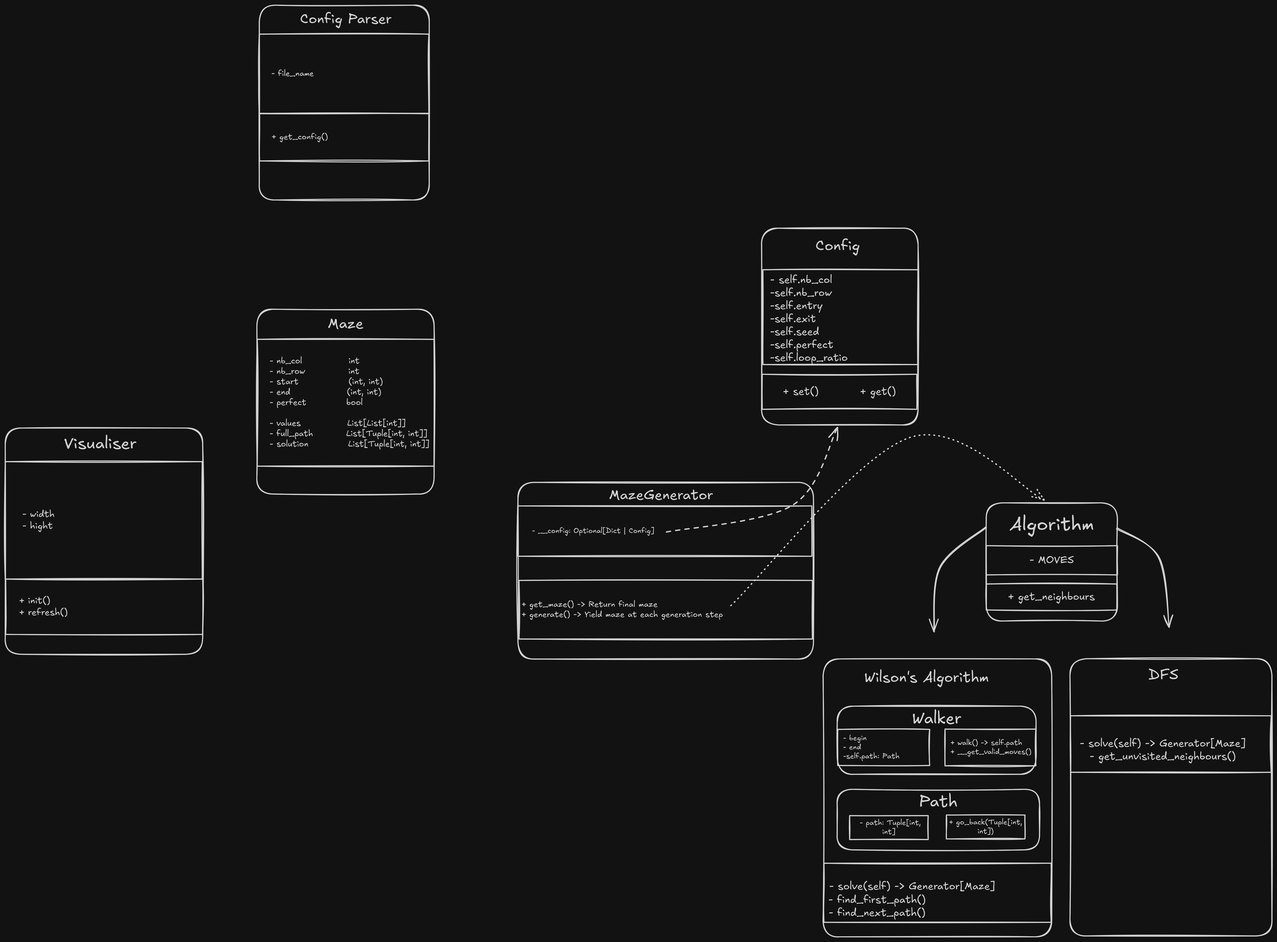
Before: images/AddedGenerator.png, a diagram exported from Excalidraw (flinguenheld/42_amazing). Source tidied: one line per element, renumbered; positions are measured from the earlier drawing's top-left corner, leaving out a move shared by most shapes. The source it was exported from:
```json
{"id": 0, "type": "rectangle", "strokeColor": "#1e1e1e", "strokeWidth": 2, "roughness": 1, "round": true, "x": 485, "y": 585, "width": 341, "height": 356}
{"id": 1, "type": "text", "text": "Maze", "strokeColor": "#1e1e1e", "strokeWidth": 2, "roughness": 1, "fontSize": 28, "fontFamily": 5, "x": 621, "y": 597, "width": 69, "height": 35}
{"id": 2, "type": "rectangle", "strokeColor": "#1e1e1e", "strokeWidth": 2, "roughness": 1, "x": 485, "y": 643, "width": 340, "height": 244}
{"id": 3, "type": "text", "text": "   - nb_col              int\n   - nb_row             int\n   - start               (int, int)\n   - end                 (int, int)\n   - perfect            bool\n\n   - values              List[List[int]]\n   - full_path          List[Tuple[int, int]]\n   - solution            List[Tuple[int, int]]", "strokeColor": "#1e1e1e", "strokeWidth": 2, "roughness": 1, "fontSize": 16, "fontFamily": 5, "verticalAlign": "middle", "inside": 2, "x": 490, "y": 675, "width": 327, "height": 180}
{"id": 4, "type": "rectangle", "strokeColor": "#1e1e1e", "strokeWidth": 2, "roughness": 1, "round": true, "x": 489, "y": 0, "width": 327, "height": 375}
{"id": 5, "type": "text", "text": "Config Parser", "strokeColor": "#1e1e1e", "strokeWidth": 2, "roughness": 1, "fontSize": 26.85, "fontFamily": 5, "x": 568, "y": 11, "width": 178, "height": 34}
{"id": 6, "type": "rectangle", "strokeColor": "#1e1e1e", "strokeWidth": 2, "roughness": 1, "x": 489, "y": 56, "width": 326, "height": 153}
{"id": 7, "type": "text", "text": "   - file_name", "strokeColor": "#1e1e1e", "strokeWidth": 2, "roughness": 1, "fontSize": 15.34, "fontFamily": 5, "verticalAlign": "middle", "inside": 6, "x": 494, "y": 123, "width": 100, "height": 19}
{"id": 8, "type": "rectangle", "strokeColor": "#1e1e1e", "strokeWidth": 2, "roughness": 1, "x": 490, "y": 208, "width": 326, "height": 92}
{"id": 9, "type": "text", "text": "   + get_config()", "strokeColor": "#1e1e1e", "strokeWidth": 2, "roughness": 1, "fontSize": 15.34, "fontFamily": 5, "verticalAlign": "middle", "inside": 8, "x": 495, "y": 244, "width": 127, "height": 19}
{"id": 10, "type": "rectangle", "strokeColor": "#1e1e1e", "strokeWidth": 2, "roughness": 1, "round": true, "x": 987, "y": 919, "width": 569, "height": 340}
{"id": 11, "type": "text", "text": "MazeGenerator", "strokeColor": "#1e1e1e", "strokeWidth": 2, "roughness": 1, "fontSize": 27.25, "fontFamily": 5, "textAlign": "center", "x": 1162, "y": 927, "width": 201, "height": 34}
{"id": 12, "type": "rectangle", "strokeColor": "#1e1e1e", "strokeWidth": 2, "roughness": 1, "x": 987, "y": 964, "width": 566, "height": 97}
{"id": 13, "type": "text", "text": "    - __config: Optional[Dict | Config]", "strokeColor": "#1e1e1e", "strokeWidth": 2, "roughness": 1, "fontSize": 13.94, "fontFamily": 5, "verticalAlign": "middle", "inside": 12, "x": 992, "y": 1004, "width": 258, "height": 17}
{"id": 14, "type": "rectangle", "strokeColor": "#1e1e1e", "strokeWidth": 2, "roughness": 1, "x": 989, "y": 1107, "width": 565, "height": 113}
{"id": 15, "type": "text", "text": "+ get_maze() -> Return final maze\n+ generate() -> Yield maze at each generation step", "strokeColor": "#1e1e1e", "strokeWidth": 2, "roughness": 1, "fontSize": 15.57, "fontFamily": 5, "verticalAlign": "middle", "inside": 14, "x": 994, "y": 1144, "width": 388, "height": 39}
{"id": 16, "type": "rectangle", "strokeColor": "#1e1e1e", "strokeWidth": 2, "roughness": 1, "round": true, "x": 0, "y": 814, "width": 380, "height": 436}
{"id": 17, "type": "text", "text": "Visualiser", "strokeColor": "#1e1e1e", "strokeWidth": 2, "roughness": 1, "fontSize": 31.2, "fontFamily": 5, "x": 113, "y": 825, "width": 140, "height": 39}
{"id": 18, "type": "rectangle", "strokeColor": "#1e1e1e", "strokeWidth": 2, "roughness": 1, "x": 0, "y": 879, "width": 379, "height": 226}
{"id": 19, "type": "text", "text": "    - width\n    - hight", "strokeColor": "#1e1e1e", "strokeWidth": 2, "roughness": 1, "fontSize": 17.83, "fontFamily": 5, "verticalAlign": "middle", "inside": 18, "x": 5, "y": 969, "width": 90, "height": 45}
{"id": 20, "type": "rectangle", "strokeColor": "#1e1e1e", "strokeWidth": 2, "roughness": 1, "x": 1, "y": 1105, "width": 379, "height": 106}
{"id": 21, "type": "text", "text": "   + init()\n   + refresh()", "strokeColor": "#1e1e1e", "strokeWidth": 2, "roughness": 1, "fontSize": 17.83, "fontFamily": 5, "verticalAlign": "middle", "inside": 20, "x": 6, "y": 1136, "width": 115, "height": 45}
{"id": 22, "type": "rectangle", "strokeColor": "#1e1e1e", "strokeWidth": 2, "roughness": 1, "round": true, "x": 1602, "y": 1350, "width": 383, "height": 131}
{"id": 23, "type": "text", "text": "Walker", "strokeColor": "#1e1e1e", "strokeWidth": 2, "roughness": 1, "fontSize": 31.59, "fontFamily": 5, "textAlign": "center", "inside": 22, "x": 1746, "y": 1355, "width": 95, "height": 39}
{"id": 24, "type": "rectangle", "strokeColor": "#1e1e1e", "strokeWidth": 2, "roughness": 1, "x": 1603, "y": 1394, "width": 177, "height": 69}
{"id": 25, "type": "text", "text": " - begin\n - end\n -self.path: Path", "strokeColor": "#1e1e1e", "strokeWidth": 2, "roughness": 1, "fontSize": 14.04, "fontFamily": 5, "verticalAlign": "middle", "inside": 24, "x": 1608, "y": 1403, "width": 114, "height": 53}
{"id": 26, "type": "rectangle", "strokeColor": "#1e1e1e", "strokeWidth": 2, "roughness": 1, "x": 1809, "y": 1394, "width": 175, "height": 71}
{"id": 27, "type": "text", "text": " + walk() -> self.path\n + __get_valid_moves()", "strokeColor": "#1e1e1e", "strokeWidth": 2, "roughness": 1, "fontSize": 14.04, "fontFamily": 5, "verticalAlign": "middle", "inside": 26, "x": 1814, "y": 1411, "width": 161, "height": 35}
{"id": 28, "type": "rectangle", "strokeColor": "#1e1e1e", "strokeWidth": 2, "strokeStyle": "dotted", "roughness": 1, "opacity": 0, "x": 1715, "y": 1213, "width": 143, "height": 15}
{"id": 29, "type": "rectangle", "strokeColor": "#1e1e1e", "strokeWidth": 2, "roughness": 1, "round": true, "x": 1602, "y": 1510, "width": 390, "height": 117}
{"id": 30, "type": "text", "text": "Path", "strokeColor": "#1e1e1e", "strokeWidth": 2, "roughness": 1, "fontSize": 31.59, "fontFamily": 5, "textAlign": "center", "inside": 29, "x": 1759, "y": 1515, "width": 74, "height": 39}
{"id": 31, "type": "rectangle", "strokeColor": "#1e1e1e", "strokeWidth": 2, "roughness": 1, "x": 1626, "y": 1560, "width": 151, "height": 46}
{"id": 32, "type": "text", "text": " - path: Tuple[int,\nint]", "strokeColor": "#1e1e1e", "strokeWidth": 2, "roughness": 1, "fontSize": 14.04, "fontFamily": 5, "textAlign": "center", "verticalAlign": "middle", "inside": 31, "x": 1640, "y": 1566, "width": 123, "height": 35}
{"id": 33, "type": "rectangle", "strokeColor": "#1e1e1e", "strokeWidth": 2, "roughness": 1, "x": 1812, "y": 1559, "width": 151, "height": 46}
{"id": 34, "type": "text", "text": "+ go_back(Tuple[int,\nint])", "strokeColor": "#1e1e1e", "strokeWidth": 2, "roughness": 1, "fontSize": 14.04, "fontFamily": 5, "textAlign": "center", "verticalAlign": "middle", "inside": 33, "x": 1817, "y": 1565, "width": 141, "height": 35}
{"id": 35, "type": "rectangle", "strokeColor": "#1e1e1e", "strokeWidth": 2, "roughness": 1, "round": true, "x": 1575, "y": 1259, "width": 440, "height": 535}
{"id": 36, "type": "text", "text": "Wilson's Algorithm", "strokeColor": "#1e1e1e", "strokeWidth": 2, "roughness": 1, "fontSize": 28, "fontFamily": 5, "textAlign": "center", "x": 1654, "y": 1278, "width": 240, "height": 35}
{"id": 37, "type": "rectangle", "strokeColor": "#1e1e1e", "strokeWidth": 2, "roughness": 1, "x": 1576, "y": 1652, "width": 438, "height": 114}
{"id": 38, "type": "text", "text": "- solve(self) -> Generator[Maze]", "strokeColor": "#1e1e1e", "strokeWidth": 2, "roughness": 1, "fontSize": 20, "fontFamily": 5, "textAlign": "center", "x": 1587, "y": 1684, "width": 319, "height": 25}
{"id": 39, "type": "rectangle", "strokeColor": "#1e1e1e", "strokeWidth": 2, "roughness": 1, "round": true, "x": 2050, "y": 1258, "width": 389, "height": 534}
{"id": 40, "type": "text", "text": "DFS", "strokeColor": "#1e1e1e", "strokeWidth": 2, "roughness": 1, "fontSize": 28, "fontFamily": 5, "textAlign": "center", "x": 2201, "y": 1273, "width": 58, "height": 35}
{"id": 41, "type": "rectangle", "strokeColor": "#1e1e1e", "strokeWidth": 2, "roughness": 1, "x": 2051, "y": 1368, "width": 386, "height": 109}
{"id": 42, "type": "text", "text": "- solve(self) -> Generator[Maze]\n- get_unvisited_neighbours()", "strokeColor": "#1e1e1e", "strokeWidth": 2, "roughness": 1, "fontSize": 20, "fontFamily": 5, "textAlign": "center", "x": 2069, "y": 1409, "width": 319, "height": 50}
{"id": 43, "type": "text", "text": "\n- find_first_path()\n- find_next_path()", "strokeColor": "#1e1e1e", "strokeWidth": 2, "roughness": 1, "fontSize": 20, "fontFamily": 5, "textAlign": "center", "x": 1585, "y": 1686, "width": 187, "height": 75}
{"id": 44, "type": "text", "text": "Algorithm", "strokeColor": "#1e1e1e", "strokeWidth": 2, "roughness": 1, "fontSize": 36, "fontFamily": 5, "textAlign": "center", "x": 1934, "y": 978, "width": 163, "height": 45}
{"id": 45, "type": "rectangle", "strokeColor": "#1e1e1e", "strokeWidth": 2, "roughness": 1, "round": true, "x": 1889, "y": 958, "width": 252, "height": 228}
{"id": 46, "type": "rectangle", "strokeColor": "#1e1e1e", "strokeWidth": 2, "roughness": 1, "x": 1889, "y": 1041, "width": 252, "height": 56}
{"id": 47, "type": "text", "text": "- MOVES", "strokeColor": "#1e1e1e", "strokeWidth": 2, "roughness": 1, "fontSize": 20, "fontFamily": 5, "textAlign": "center", "verticalAlign": "middle", "inside": 46, "x": 1972, "y": 1056, "width": 85, "height": 25}
{"id": 48, "type": "rectangle", "strokeColor": "#1e1e1e", "strokeWidth": 2, "roughness": 1, "x": 1889, "y": 1114, "width": 251, "height": 50}
{"id": 49, "type": "text", "text": "+ get_neighbours", "strokeColor": "#1e1e1e", "strokeWidth": 2, "roughness": 1, "fontSize": 20, "fontFamily": 5, "textAlign": "center", "verticalAlign": "middle", "inside": 48, "x": 1931, "y": 1127, "width": 167, "height": 25}
{"id": 50, "type": "arrow", "strokeColor": "#1e1e1e", "strokeWidth": 2, "roughness": 1, "endArrowhead": "arrow", "round": true, "from": 45, "to": 28, "x": 1889, "y": 1006, "width": 100, "height": 201, "points": [[0, 0], [-89, 78], [-100, 201]]}
{"id": 51, "type": "arrow", "strokeColor": "#1e1e1e", "strokeWidth": 2, "roughness": 1, "endArrowhead": "arrow", "round": true, "from": 45, "x": 2140, "y": 1007, "width": 100, "height": 191, "points": [[0, 0], [80, 56], [100, 191]]}
{"id": 52, "type": "arrow", "strokeColor": "#1e1e1e", "strokeWidth": 2, "strokeStyle": "dotted", "roughness": 1, "endArrowhead": "arrow", "round": true, "from": 14, "to": 45, "x": 1396, "y": 1157, "width": 606, "height": 324, "points": [[0, 0], [345, -324], [606, -205]]}
{"id": 53, "type": "rectangle", "strokeColor": "#1e1e1e", "strokeWidth": 2, "roughness": 1, "round": true, "x": 1456, "y": 429, "width": 301, "height": 379}
{"id": 54, "type": "rectangle", "strokeColor": "#1e1e1e", "strokeWidth": 2, "roughness": 1, "x": 1459, "y": 509, "width": 299, "height": 182}
{"id": 55, "type": "text", "text": "- self.nb_col\n-self.nb_row\n-self.entry\n-self.exit\n-self.seed\n-self.perfect\n-self.loop_ratio", "strokeColor": "#1e1e1e", "strokeWidth": 2, "roughness": 1, "fontSize": 20, "fontFamily": 5, "x": 1473, "y": 517, "width": 149, "height": 175}
{"id": 56, "type": "text", "text": "Config", "strokeColor": "#1e1e1e", "strokeWidth": 2, "roughness": 1, "fontSize": 28, "fontFamily": 5, "x": 1560, "y": 447, "width": 85, "height": 35}
{"id": 57, "type": "rectangle", "strokeColor": "#1e1e1e", "strokeWidth": 2, "roughness": 1, "x": 1458, "y": 711, "width": 298, "height": 68}
{"id": 58, "type": "text", "text": "+ set()          + get()", "strokeColor": "#1e1e1e", "strokeWidth": 2, "roughness": 1, "fontSize": 20, "fontFamily": 5, "textAlign": "center", "verticalAlign": "middle", "inside": 57, "x": 1498, "y": 732, "width": 217, "height": 25}
{"id": 59, "type": "arrow", "strokeColor": "#1e1e1e", "strokeWidth": 2, "strokeStyle": "dashed", "roughness": 1, "endArrowhead": "arrow", "round": true, "from": 12, "to": 53, "x": 1274, "y": 1013, "width": 330, "height": 199, "points": [[0, 0], [242, -50], [330, -199]]}
```
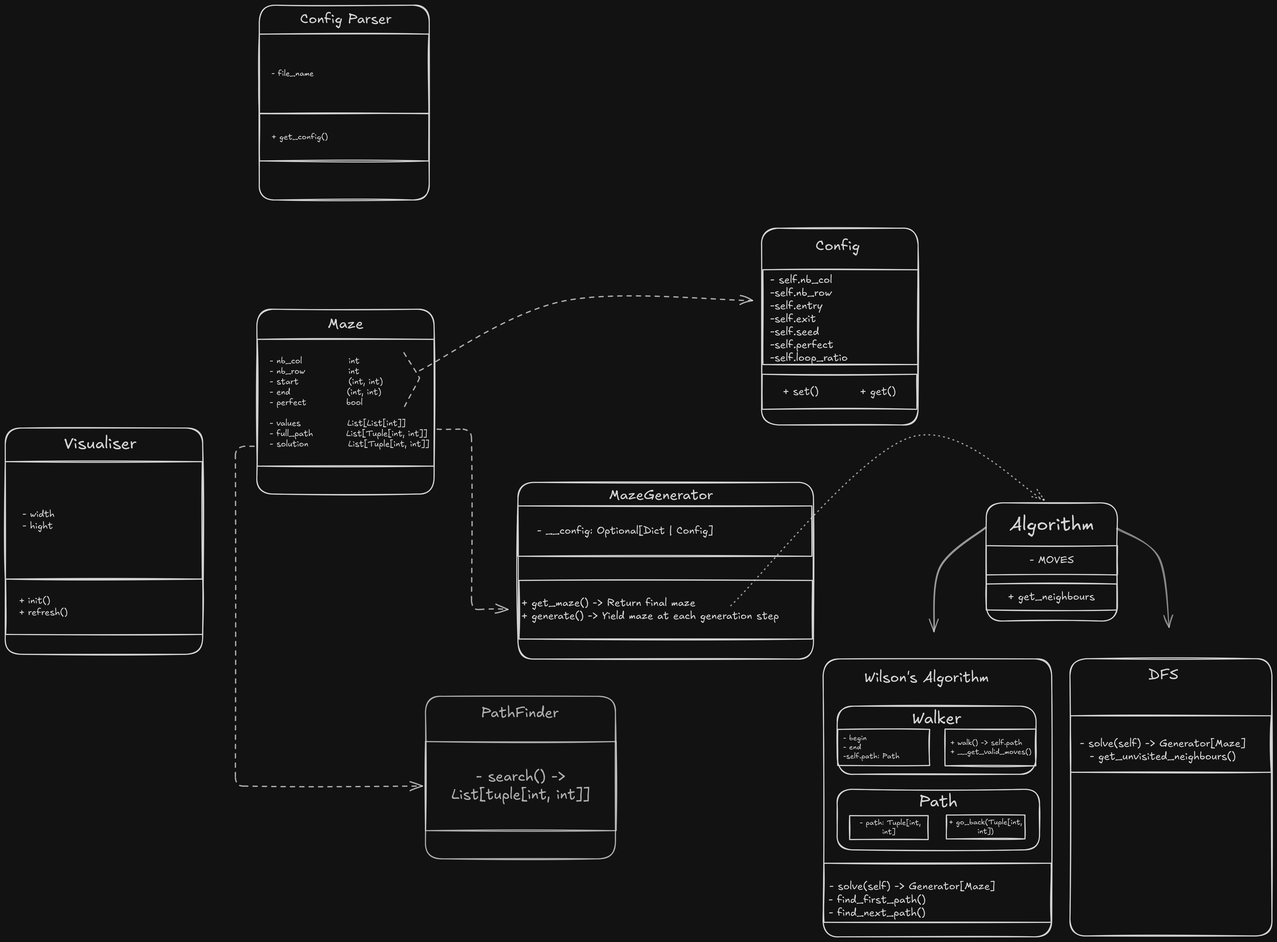
Above is the later version.

Commit message:
Forgot PathFinder

The edit, as a diff of the source:
```diff
@@ -11,9 +11,9 @@
 {"id": 10, "type": "rectangle", "strokeColor": "#1e1e1e", "strokeWidth": 2, "roughness": 1, "round": true, "x": 987, "y": 919, "width": 569, "height": 340}
 {"id": 11, "type": "text", "text": "MazeGenerator", "strokeColor": "#1e1e1e", "strokeWidth": 2, "roughness": 1, "fontSize": 27.25, "fontFamily": 5, "textAlign": "center", "x": 1162, "y": 927, "width": 201, "height": 34}
 {"id": 12, "type": "rectangle", "strokeColor": "#1e1e1e", "strokeWidth": 2, "roughness": 1, "x": 987, "y": 964, "width": 566, "height": 97}
-{"id": 13, "type": "text", "text": "    - __config: Optional[Dict | Config]", "strokeColor": "#1e1e1e", "strokeWidth": 2, "roughness": 1, "fontSize": 13.94, "fontFamily": 5, "verticalAlign": "middle", "inside": 12, "x": 992, "y": 1004, "width": 258, "height": 17}
+{"id": 13, "type": "text", "text": "    - __config: Optional[Dict | Config]", "strokeColor": "#1e1e1e", "strokeWidth": 2, "roughness": 1, "fontSize": 20, "fontFamily": 5, "verticalAlign": "middle", "inside": 12, "x": 992, "y": 1000, "width": 371, "height": 25}
 {"id": 14, "type": "rectangle", "strokeColor": "#1e1e1e", "strokeWidth": 2, "roughness": 1, "x": 989, "y": 1107, "width": 565, "height": 113}
-{"id": 15, "type": "text", "text": "+ get_maze() -> Return final maze\n+ generate() -> Yield maze at each generation step", "strokeColor": "#1e1e1e", "strokeWidth": 2, "roughness": 1, "fontSize": 15.57, "fontFamily": 5, "verticalAlign": "middle", "inside": 14, "x": 994, "y": 1144, "width": 388, "height": 39}
+{"id": 15, "type": "text", "text": "+ get_maze() -> Return final maze\n+ generate() -> Yield maze at each generation step", "strokeColor": "#1e1e1e", "strokeWidth": 2, "roughness": 1, "fontSize": 20, "fontFamily": 5, "verticalAlign": "middle", "inside": 14, "x": 994, "y": 1139, "width": 496, "height": 50}
 {"id": 16, "type": "rectangle", "strokeColor": "#1e1e1e", "strokeWidth": 2, "roughness": 1, "round": true, "x": 0, "y": 814, "width": 380, "height": 436}
 {"id": 17, "type": "text", "text": "Visualiser", "strokeColor": "#1e1e1e", "strokeWidth": 2, "roughness": 1, "fontSize": 31.2, "fontFamily": 5, "x": 113, "y": 825, "width": 140, "height": 39}
 {"id": 18, "type": "rectangle", "strokeColor": "#1e1e1e", "strokeWidth": 2, "roughness": 1, "x": 0, "y": 879, "width": 379, "height": 226}
@@ -48,13 +48,20 @@
 {"id": 47, "type": "text", "text": "- MOVES", "strokeColor": "#1e1e1e", "strokeWidth": 2, "roughness": 1, "fontSize": 20, "fontFamily": 5, "textAlign": "center", "verticalAlign": "middle", "inside": 46, "x": 1972, "y": 1056, "width": 85, "height": 25}
 {"id": 48, "type": "rectangle", "strokeColor": "#1e1e1e", "strokeWidth": 2, "roughness": 1, "x": 1889, "y": 1114, "width": 251, "height": 50}
 {"id": 49, "type": "text", "text": "+ get_neighbours", "strokeColor": "#1e1e1e", "strokeWidth": 2, "roughness": 1, "fontSize": 20, "fontFamily": 5, "textAlign": "center", "verticalAlign": "middle", "inside": 48, "x": 1931, "y": 1127, "width": 167, "height": 25}
-{"id": 50, "type": "arrow", "strokeColor": "#1e1e1e", "strokeWidth": 2, "roughness": 1, "endArrowhead": "arrow", "round": true, "from": 45, "to": 28, "x": 1889, "y": 1006, "width": 100, "height": 201, "points": [[0, 0], [-89, 78], [-100, 201]]}
+{"id": 50, "type": "arrow", "strokeColor": "#1e1e1e", "strokeWidth": 2, "roughness": 1, "opacity": 70, "endArrowhead": "arrow", "round": true, "from": 45, "to": 28, "x": 1889, "y": 1006, "width": 100, "height": 201, "points": [[0, 0], [-89, 78], [-100, 201]]}
-{"id": 51, "type": "arrow", "strokeColor": "#1e1e1e", "strokeWidth": 2, "roughness": 1, "endArrowhead": "arrow", "round": true, "from": 45, "x": 2140, "y": 1007, "width": 100, "height": 191, "points": [[0, 0], [80, 56], [100, 191]]}
+{"id": 51, "type": "arrow", "strokeColor": "#1e1e1e", "strokeWidth": 2, "roughness": 1, "opacity": 60, "endArrowhead": "arrow", "round": true, "from": 45, "x": 2140, "y": 1007, "width": 100, "height": 191, "points": [[0, 0], [80, 56], [100, 191]]}
-{"id": 52, "type": "arrow", "strokeColor": "#1e1e1e", "strokeWidth": 2, "strokeStyle": "dotted", "roughness": 1, "endArrowhead": "arrow", "round": true, "from": 14, "to": 45, "x": 1396, "y": 1157, "width": 606, "height": 324, "points": [[0, 0], [345, -324], [606, -205]]}
+{"id": 52, "type": "arrow", "strokeColor": "#1e1e1e", "strokeWidth": 2, "strokeStyle": "dotted", "roughness": 1, "opacity": 70, "endArrowhead": "arrow", "round": true, "from": 14, "to": 45, "x": 1396, "y": 1157, "width": 606, "height": 324, "points": [[0, 0], [345, -324], [606, -205]]}
 {"id": 53, "type": "rectangle", "strokeColor": "#1e1e1e", "strokeWidth": 2, "roughness": 1, "round": true, "x": 1456, "y": 429, "width": 301, "height": 379}
 {"id": 54, "type": "rectangle", "strokeColor": "#1e1e1e", "strokeWidth": 2, "roughness": 1, "x": 1459, "y": 509, "width": 299, "height": 182}
 {"id": 55, "type": "text", "text": "- self.nb_col\n-self.nb_row\n-self.entry\n-self.exit\n-self.seed\n-self.perfect\n-self.loop_ratio", "strokeColor": "#1e1e1e", "strokeWidth": 2, "roughness": 1, "fontSize": 20, "fontFamily": 5, "x": 1473, "y": 517, "width": 149, "height": 175}
 {"id": 56, "type": "text", "text": "Config", "strokeColor": "#1e1e1e", "strokeWidth": 2, "roughness": 1, "fontSize": 28, "fontFamily": 5, "x": 1560, "y": 447, "width": 85, "height": 35}
 {"id": 57, "type": "rectangle", "strokeColor": "#1e1e1e", "strokeWidth": 2, "roughness": 1, "x": 1458, "y": 711, "width": 298, "height": 68}
 {"id": 58, "type": "text", "text": "+ set()          + get()", "strokeColor": "#1e1e1e", "strokeWidth": 2, "roughness": 1, "fontSize": 20, "fontFamily": 5, "textAlign": "center", "verticalAlign": "middle", "inside": 57, "x": 1498, "y": 732, "width": 217, "height": 25}
-{"id": 59, "type": "arrow", "strokeColor": "#1e1e1e", "strokeWidth": 2, "strokeStyle": "dashed", "roughness": 1, "endArrowhead": "arrow", "round": true, "from": 12, "to": 53, "x": 1274, "y": 1013, "width": 330, "height": 199, "points": [[0, 0], [242, -50], [330, -199]]}
+{"id": 60, "type": "arrow", "strokeColor": "#1e1e1e", "strokeWidth": 2, "strokeStyle": "dashed", "roughness": 1, "opacity": 80, "endArrowhead": "arrow", "round": true, "x": 798, "y": 703, "width": 642, "height": 136, "points": [[0, 0], [277, -134], [642, -136]]}
+{"id": 61, "type": "line", "strokeColor": "#1e1e1e", "strokeWidth": 2, "strokeStyle": "dashed", "roughness": 1, "opacity": 80, "x": 768, "y": 669, "width": 31, "height": 109, "points": [[0, 0], [30, 49], [-1, 109]]}
+{"id": 62, "type": "arrow", "strokeColor": "#1e1e1e", "strokeWidth": 2, "strokeStyle": "dashed", "roughness": 1, "opacity": 80, "endArrowhead": "arrow", "from": 2, "x": 832, "y": 816, "width": 136, "height": 347, "points": [[0, 0], [66, 0], [66, 347], [136, 347]]}
+{"id": 63, "type": "rectangle", "strokeColor": "#1e1e1e", "strokeWidth": 2, "roughness": 1, "opacity": 80, "round": true, "x": 809, "y": 1331, "width": 366, "height": 313}
+{"id": 64, "type": "text", "text": "PathFinder", "strokeColor": "#1e1e1e", "strokeWidth": 2, "roughness": 1, "opacity": 80, "fontSize": 28, "fontFamily": 5, "x": 916, "y": 1346, "width": 149, "height": 35}
+{"id": 65, "type": "rectangle", "strokeColor": "#1e1e1e", "strokeWidth": 2, "roughness": 1, "opacity": 80, "x": 809, "y": 1418, "width": 367, "height": 171}
+{"id": 66, "type": "text", "text": "- search() ->\nList[tuple[int, int]]", "strokeColor": "#1e1e1e", "strokeWidth": 2, "roughness": 1, "opacity": 80, "fontSize": 28, "fontFamily": 5, "textAlign": "center", "verticalAlign": "middle", "inside": 65, "x": 859, "y": 1468, "width": 267, "height": 70}
+{"id": 67, "type": "arrow", "strokeColor": "#1e1e1e", "strokeWidth": 2, "strokeStyle": "dashed", "roughness": 1, "opacity": 80, "endArrowhead": "arrow", "from": 2, "to": 65, "x": 479, "y": 849, "width": 360, "height": 654, "points": [[0, 0], [-36, 0], [-36, 654], [324, 654]]}
```
